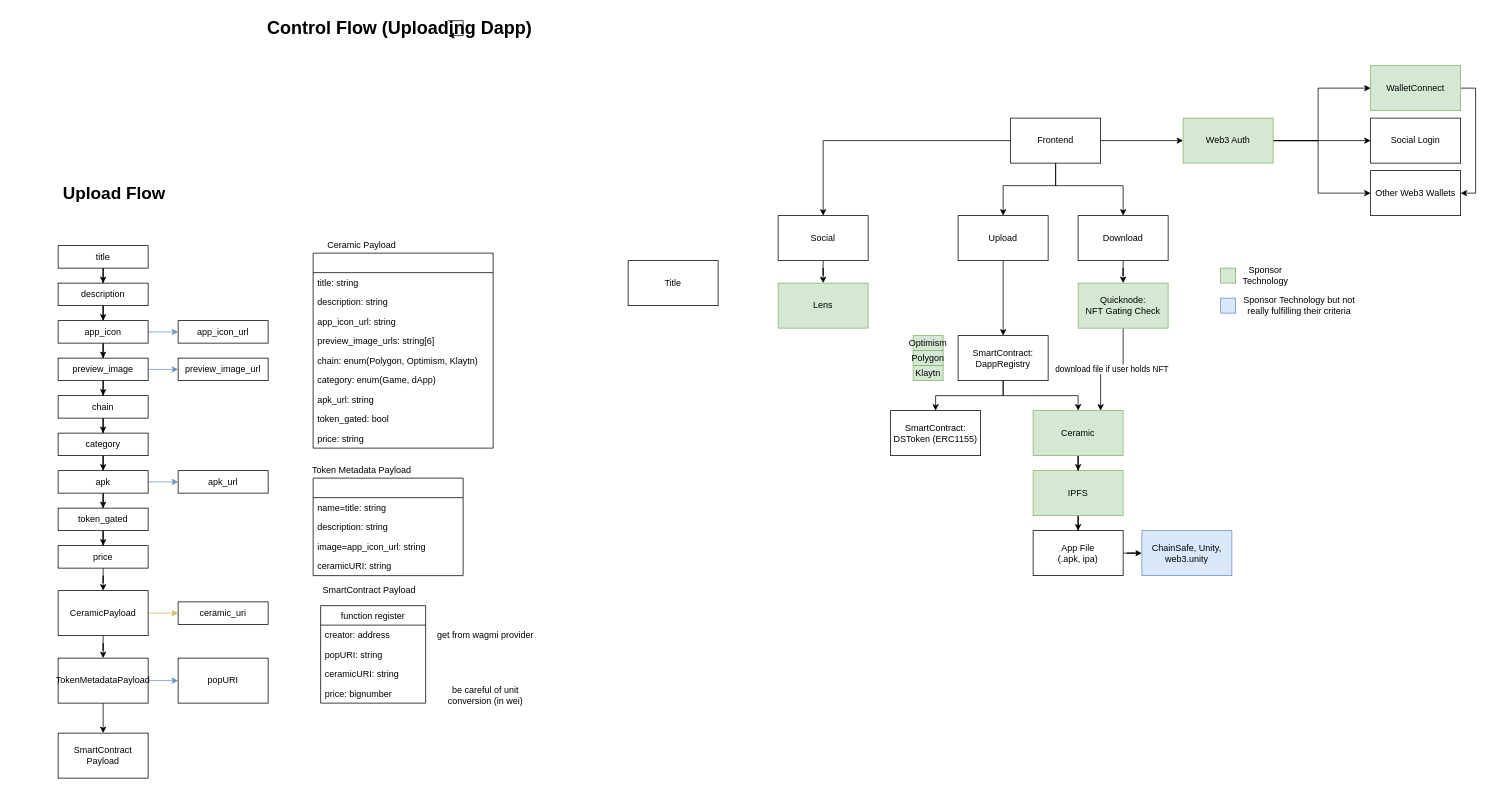
Earlier version of the draw.io diagram profile/assets/DappStore_Architecture.svg.drawio (dAppStoppers/.github). Source tidied: cells renumbered, new cells numbered last; positions are measured from the earlier drawing's top-left corner, leaving out a move shared by most shapes. Both pictures are drawn from the tidied source at 75%, with x=0, y=0 at pixel (13, 13).
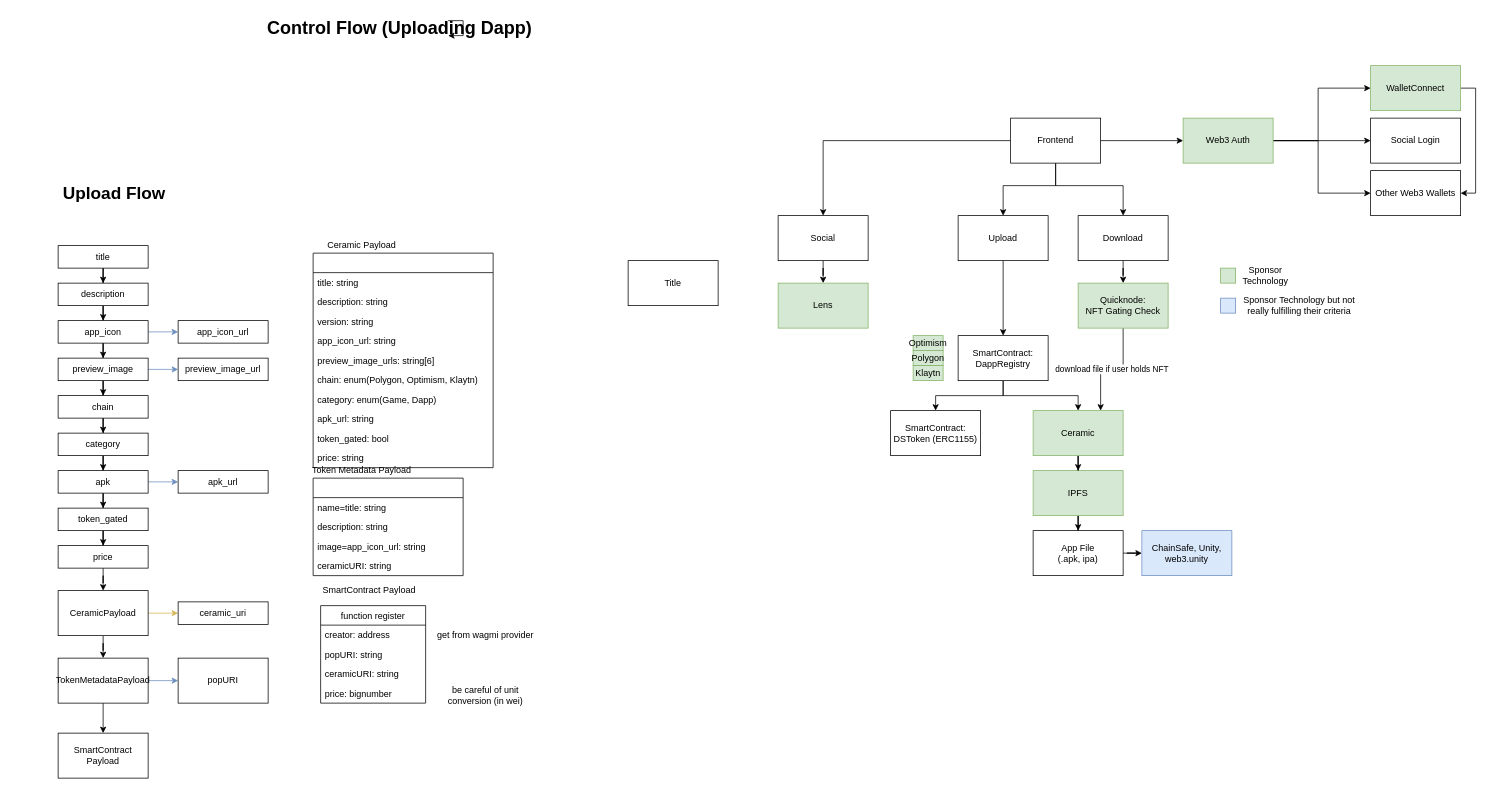
Above is the later version.

The edit, as a diff of the source:
```diff
@@
     <mxCell id="62" style="swimlane;fontStyle=0;horizontal=1;startSize=26;fillColor=none;" parent="1" vertex="1">
-      <mxGeometry x="400" y="320" width="240" height="260" as="geometry" />
+      <mxGeometry x="400" y="320" width="240" height="286" as="geometry" />
     </mxCell>
@@
+    <mxCell id="104" value="version: string" style="text;strokeColor=none;fillColor=none;align=left;verticalAlign=top;spacingLeft=4;spacingRight=4;overflow=hidden;" parent="62" vertex="1">
+      <mxGeometry y="78" width="240" height="26" as="geometry" />
+    </mxCell>
     <mxCell id="65" value="app_icon_url: string" style="text;strokeColor=none;fillColor=none;align=left;verticalAlign=top;spacingLeft=4;spacingRight=4;overflow=hidden;" parent="62" vertex="1">
-      <mxGeometry y="78" width="240" height="26" as="geometry" />
+      <mxGeometry y="104" width="240" height="26" as="geometry" />
     </mxCell>
     <mxCell id="66" value="preview_image_urls: string[6]" style="text;strokeColor=none;fillColor=none;align=left;verticalAlign=top;spacingLeft=4;spacingRight=4;overflow=hidden;" parent="62" vertex="1">
-      <mxGeometry y="104" width="240" height="26" as="geometry" />
+      <mxGeometry y="130" width="240" height="26" as="geometry" />
     </mxCell>
     <mxCell id="67" value="chain: enum(Polygon, Optimism, Klaytn)" style="text;strokeColor=none;fillColor=none;align=left;verticalAlign=top;spacingLeft=4;spacingRight=4;overflow=hidden;" parent="62" vertex="1">
-      <mxGeometry y="130" width="240" height="26" as="geometry" />
+      <mxGeometry y="156" width="240" height="26" as="geometry" />
     </mxCell>
-    <mxCell id="68" value="category: enum(Game, dApp)" style="text;strokeColor=none;fillColor=none;align=left;verticalAlign=top;spacingLeft=4;spacingRight=4;overflow=hidden;" parent="62" vertex="1">
-      <mxGeometry y="156" width="240" height="26" as="geometry" />
+    <mxCell id="68" value="category: enum(Game, Dapp)" style="text;strokeColor=none;fillColor=none;align=left;verticalAlign=top;spacingLeft=4;spacingRight=4;overflow=hidden;" parent="62" vertex="1">
+      <mxGeometry y="182" width="240" height="26" as="geometry" />
     </mxCell>
     <mxCell id="69" value="apk_url: string" style="text;strokeColor=none;fillColor=none;align=left;verticalAlign=top;spacingLeft=4;spacingRight=4;overflow=hidden;" parent="62" vertex="1">
-      <mxGeometry y="182" width="240" height="26" as="geometry" />
+      <mxGeometry y="208" width="240" height="26" as="geometry" />
     </mxCell>
     <mxCell id="70" value="token_gated: bool" style="text;strokeColor=none;fillColor=none;align=left;verticalAlign=top;spacingLeft=4;spacingRight=4;overflow=hidden;" parent="62" vertex="1">
-      <mxGeometry y="208" width="240" height="26" as="geometry" />
+      <mxGeometry y="234" width="240" height="26" as="geometry" />
     </mxCell>
     <mxCell id="71" value="price: string" style="text;strokeColor=none;fillColor=none;align=left;verticalAlign=top;spacingLeft=4;spacingRight=4;overflow=hidden;" parent="62" vertex="1">
-      <mxGeometry y="234" width="240" height="26" as="geometry" />
+      <mxGeometry y="260" width="240" height="26" as="geometry" />
     </mxCell>
```
